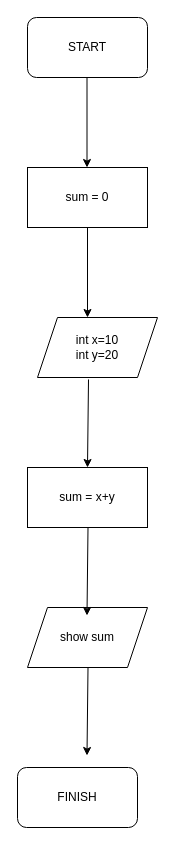
This is Untitled Diagram.drawio from MarekZelek/MarekZelek, a draw.io file, before an edit. Source tidied: cells renumbered, new cells numbered last; positions are measured from the earlier drawing's top-left corner, leaving out a move shared by most shapes. Both pictures are drawn from the tidied source at 100%, with x=0, y=0 at pixel (17, 17).
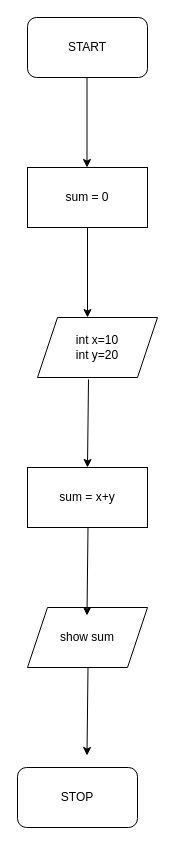
Above is the later version.

Diff of the diagram source:
```diff
@@
 <mxGraphModel>
   <root>
     <mxCell id="0" />
     <mxCell id="1" parent="0" />
     <mxCell id="2" value="sum = 0" style="rounded=0;whiteSpace=wrap;html=1;" parent="1" vertex="1">
       <mxGeometry x="10" y="150" width="120" height="60" as="geometry" />
     </mxCell>
     <mxCell id="3" style="endArrow=classic;html=1;rounded=0;exitX=0.5;exitY=1;exitDx=0;exitDy=0;" parent="1" edge="1" source="2">
       <mxGeometry relative="1" as="geometry">
         <mxPoint x="70" y="300" as="targetPoint" />
       </mxGeometry>
     </mxCell>
     <mxCell id="4" value="START" style="rounded=1;whiteSpace=wrap;html=1;" parent="1" vertex="1">
       <mxGeometry x="10" width="120" height="60" as="geometry" />
     </mxCell>
     <mxCell id="5" style="endArrow=classic;html=1;rounded=0;exitX=0.5;exitY=1;exitDx=0;exitDy=0;" parent="1" edge="1">
       <mxGeometry relative="1" as="geometry">
         <mxPoint x="69.5" y="60" as="sourcePoint" />
         <mxPoint x="69.5" y="150" as="targetPoint" />
       </mxGeometry>
     </mxCell>
     <mxCell id="6" value="int x=10&lt;br&gt;int y=20" style="shape=parallelogram;perimeter=parallelogramPerimeter;whiteSpace=wrap;html=1;fixedSize=1;" parent="1" vertex="1">
       <mxGeometry x="20" y="300" width="120" height="60" as="geometry" />
     </mxCell>
     <mxCell id="7" value="sum = x+y" style="rounded=0;whiteSpace=wrap;html=1;" parent="1" vertex="1">
       <mxGeometry x="10" y="450" width="120" height="60" as="geometry" />
     </mxCell>
     <mxCell id="8" style="endArrow=classic;html=1;rounded=0;exitX=0.425;exitY=1.033;exitDx=0;exitDy=0;exitPerimeter=0;entryX=0.5;entryY=0;entryDx=0;entryDy=0;" parent="1" edge="1" source="6" target="7">
       <mxGeometry relative="1" as="geometry" />
     </mxCell>
     <mxCell id="9" value="show sum&lt;br&gt;" style="shape=parallelogram;perimeter=parallelogramPerimeter;whiteSpace=wrap;html=1;fixedSize=1;" parent="1" vertex="1">
       <mxGeometry x="10" y="590" width="120" height="60" as="geometry" />
     </mxCell>
     <mxCell id="10" style="endArrow=classic;html=1;rounded=0;exitX=0.425;exitY=1.033;exitDx=0;exitDy=0;exitPerimeter=0;entryX=0.5;entryY=0;entryDx=0;entryDy=0;" parent="1" edge="1">
       <mxGeometry relative="1" as="geometry">
         <mxPoint x="70.5" y="510" as="sourcePoint" />
         <mxPoint x="69.5" y="598" as="targetPoint" />
       </mxGeometry>
     </mxCell>
-    <mxCell id="11" value="FINISH" style="rounded=1;whiteSpace=wrap;html=1;" parent="1" vertex="1">
+    <mxCell id="11" value="STOP" style="rounded=1;whiteSpace=wrap;html=1;" parent="1" vertex="1">
       <mxGeometry y="750" width="120" height="60" as="geometry" />
     </mxCell>
     <mxCell id="12" style="endArrow=classic;html=1;rounded=0;exitX=0.425;exitY=1.033;exitDx=0;exitDy=0;exitPerimeter=0;entryX=0.5;entryY=0;entryDx=0;entryDy=0;" parent="1" edge="1">
       <mxGeometry relative="1" as="geometry">
         <mxPoint x="70.5" y="650" as="sourcePoint" />
         <mxPoint x="69.5" y="738" as="targetPoint" />
       </mxGeometry>
     </mxCell>
   </root>
 </mxGraphModel>
```
